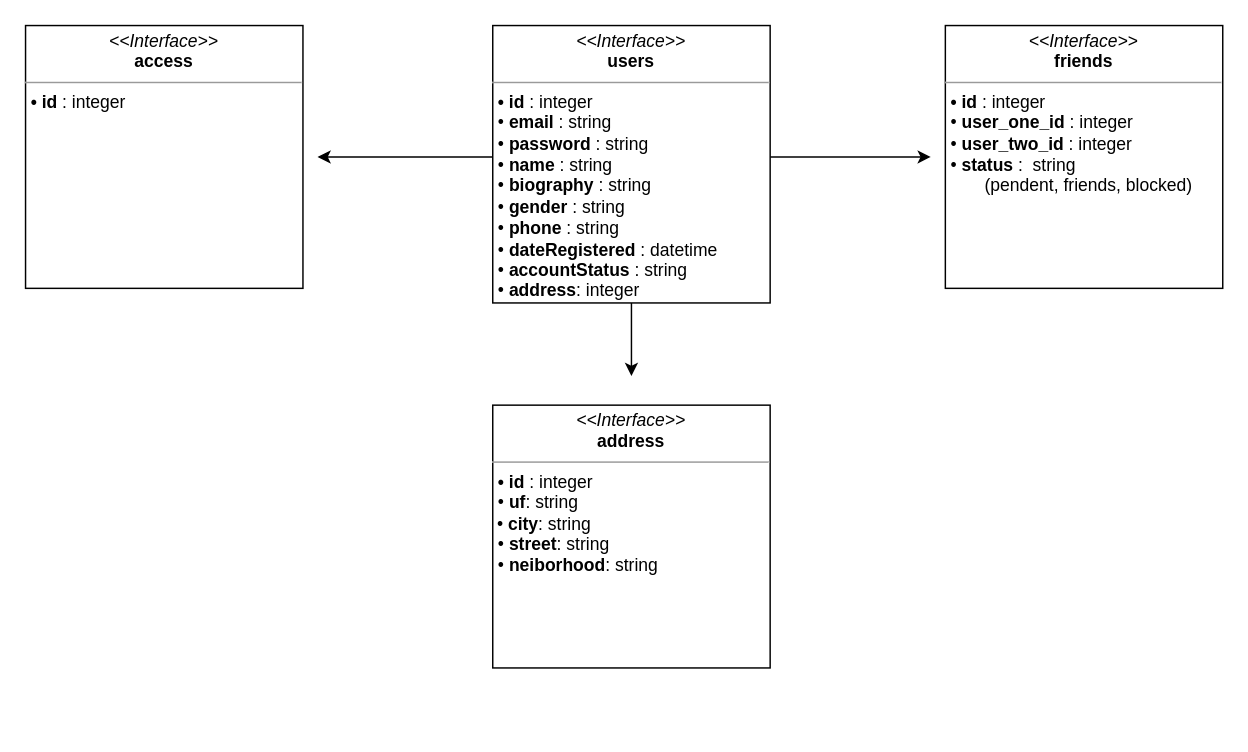
ViniEspinosaDev/double_sync-social_network keeps this draw.io diagram as aux_develop/diagrama_bd.drawio. Above is the earlier version. Source tidied: cells renumbered, new cells numbered last; positions are measured from the earlier drawing's top-left corner, leaving out a move shared by most shapes. Both pictures are drawn from the tidied source at 146%, with x=0, y=0 at pixel (25, 25).
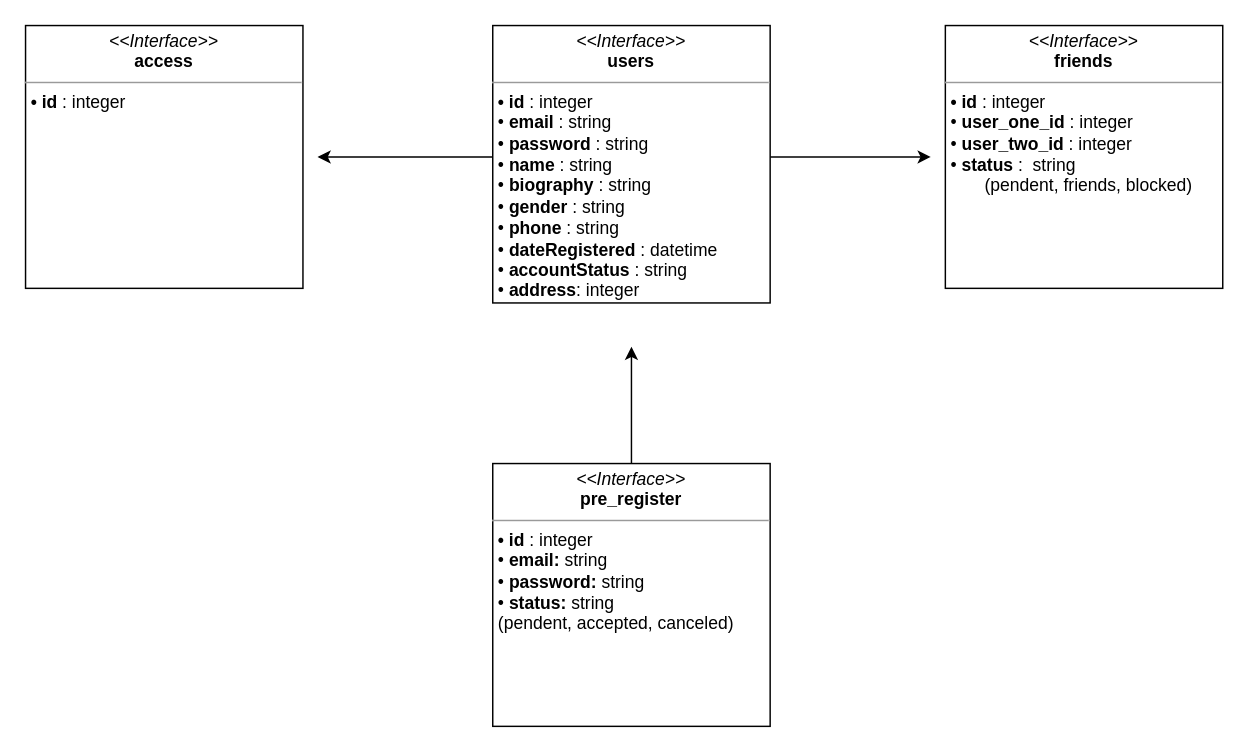
The same page after the edit.

Change to the diagram source:
```diff
@@
 <mxGraphModel background="#ffffff">
   <root>
     <mxCell id="0" />
     <mxCell id="1" parent="0" />
     <mxCell id="2" style="edgeStyle=orthogonalEdgeStyle;rounded=0;jettySize=auto;html=1;" parent="1" edge="1" source="5">
       <mxGeometry relative="1" as="geometry">
         <mxPoint x="620" y="90" as="targetPoint" />
         <Array as="points">
           <mxPoint x="540" y="90" />
           <mxPoint x="540" y="90" />
         </Array>
       </mxGeometry>
     </mxCell>
     <mxCell id="3" style="edgeStyle=orthogonalEdgeStyle;rounded=0;jettySize=auto;html=1;exitX=0;exitY=0.5;exitDx=0;exitDy=0;" parent="1" edge="1" source="5">
       <mxGeometry relative="1" as="geometry">
         <mxPoint x="200" y="90" as="targetPoint" />
         <Array as="points">
           <mxPoint x="320" y="90" />
         </Array>
       </mxGeometry>
     </mxCell>
-    <mxCell id="4" style="edgeStyle=orthogonalEdgeStyle;rounded=0;jettySize=auto;html=1;" parent="1" edge="1" source="5">
-      <mxGeometry relative="1" as="geometry">
-        <mxPoint x="415" y="240" as="targetPoint" />
-      </mxGeometry>
-    </mxCell>
     <mxCell id="5" value="&lt;p style=&quot;margin: 0px ; margin-top: 4px ; text-align: center&quot;&gt;&lt;i&gt;&amp;lt;&amp;lt;Interface&amp;gt;&amp;gt;&lt;/i&gt;&lt;br&gt;&lt;b&gt;users&lt;/b&gt;&lt;/p&gt;&lt;hr size=&quot;1&quot;&gt;&lt;p style=&quot;margin: 0px ; margin-left: 4px&quot;&gt;&lt;b&gt;• id&lt;/b&gt; : integer&lt;/p&gt;&lt;p style=&quot;margin: 0px ; margin-left: 4px&quot;&gt;• &lt;b&gt;email &lt;/b&gt;: string&lt;/p&gt;&lt;p style=&quot;margin: 0px ; margin-left: 4px&quot;&gt;• &lt;b&gt;password &lt;/b&gt;: string&lt;/p&gt;&lt;p style=&quot;margin: 0px ; margin-left: 4px&quot;&gt;• &lt;b&gt;name &lt;/b&gt;: string&lt;/p&gt;&lt;p style=&quot;margin: 0px ; margin-left: 4px&quot;&gt;• &lt;b&gt;biography &lt;/b&gt;: string&lt;/p&gt;&lt;p style=&quot;margin: 0px ; margin-left: 4px&quot;&gt;• &lt;b&gt;gender &lt;/b&gt;: string&lt;/p&gt;&lt;p style=&quot;margin: 0px ; margin-left: 4px&quot;&gt;• &lt;b&gt;phone &lt;/b&gt;: string&lt;/p&gt;&lt;p style=&quot;margin: 0px ; margin-left: 4px&quot;&gt;• &lt;b&gt;dateRegistered &lt;/b&gt;: datetime&lt;/p&gt;&lt;p style=&quot;margin: 0px ; margin-left: 4px&quot;&gt;• &lt;b&gt;accountStatus &lt;/b&gt;: string&lt;/p&gt;&lt;p style=&quot;margin: 0px ; margin-left: 4px&quot;&gt;• &lt;b&gt;address&lt;/b&gt;: integer&lt;br&gt;&lt;/p&gt;&lt;p style=&quot;margin: 0px ; margin-left: 4px&quot;&gt;&lt;br&gt;&lt;/p&gt;&lt;p style=&quot;margin: 0px ; margin-left: 4px&quot;&gt;&lt;br&gt;&lt;/p&gt;" style="verticalAlign=top;align=left;overflow=fill;fontSize=12;fontFamily=Helvetica;html=1;rounded=0;shadow=0;comic=0;labelBackgroundColor=none;strokeWidth=1;" parent="1" vertex="1">
       <mxGeometry x="320" width="190" height="190" as="geometry" />
     </mxCell>
     <mxCell id="6" value="&lt;p style=&quot;margin: 0px ; margin-top: 4px ; text-align: center&quot;&gt;&lt;i&gt;&amp;lt;&amp;lt;Interface&amp;gt;&amp;gt;&lt;/i&gt;&lt;br&gt;&lt;b&gt;friends&lt;/b&gt;&lt;/p&gt;&lt;hr size=&quot;1&quot;&gt;&lt;p style=&quot;margin: 0px ; margin-left: 4px&quot;&gt;&lt;b&gt;• id&lt;/b&gt; : integer&lt;/p&gt;&lt;p style=&quot;margin: 0px ; margin-left: 4px&quot;&gt;• &lt;b&gt;user_one_id&amp;nbsp;&lt;/b&gt;: integer&lt;/p&gt;&lt;p style=&quot;margin: 0px ; margin-left: 4px&quot;&gt;• &lt;b&gt;user_two_id&amp;nbsp;&lt;/b&gt;: integer&lt;/p&gt;&lt;p style=&quot;margin: 0px ; margin-left: 4px&quot;&gt;• &lt;b&gt;status&amp;nbsp;&lt;/b&gt;:&amp;nbsp; string&lt;/p&gt;&lt;p style=&quot;margin: 0px ; margin-left: 4px&quot;&gt;&amp;nbsp; &amp;nbsp; &amp;nbsp; &amp;nbsp;(pendent, friends, blocked)&lt;/p&gt;" style="verticalAlign=top;align=left;overflow=fill;fontSize=12;fontFamily=Helvetica;html=1;rounded=0;shadow=0;comic=0;labelBackgroundColor=none;strokeWidth=1;" parent="1" vertex="1">
       <mxGeometry x="630" width="190" height="180" as="geometry" />
     </mxCell>
     <mxCell id="7" value="&lt;p style=&quot;margin: 0px ; margin-top: 4px ; text-align: center&quot;&gt;&lt;i&gt;&amp;lt;&amp;lt;Interface&amp;gt;&amp;gt;&lt;/i&gt;&lt;br&gt;&lt;b&gt;access&lt;/b&gt;&lt;/p&gt;&lt;hr size=&quot;1&quot;&gt;&lt;p style=&quot;margin: 0px ; margin-left: 4px&quot;&gt;&lt;b&gt;• id&lt;/b&gt; : integer&lt;/p&gt;&lt;p style=&quot;margin: 0px ; margin-left: 4px&quot;&gt;&lt;br&gt;&lt;/p&gt;&lt;p style=&quot;margin: 0px ; margin-left: 4px&quot;&gt;&lt;br&gt;&lt;/p&gt;&lt;p style=&quot;margin: 0px ; margin-left: 4px&quot;&gt;&lt;br&gt;&lt;/p&gt;" style="verticalAlign=top;align=left;overflow=fill;fontSize=12;fontFamily=Helvetica;html=1;rounded=0;shadow=0;comic=0;labelBackgroundColor=none;strokeWidth=1;" parent="1" vertex="1">
       <mxGeometry width="190" height="180" as="geometry" />
     </mxCell>
-    <mxCell id="8" value="&lt;p style=&quot;margin: 0px ; margin-top: 4px ; text-align: center&quot;&gt;&lt;i&gt;&amp;lt;&amp;lt;Interface&amp;gt;&amp;gt;&lt;/i&gt;&lt;br&gt;&lt;b&gt;address&lt;/b&gt;&lt;/p&gt;&lt;hr size=&quot;1&quot;&gt;&lt;p style=&quot;margin: 0px ; margin-left: 4px&quot;&gt;&lt;b&gt;• id&lt;/b&gt; : integer&lt;/p&gt;&lt;p style=&quot;margin: 0px ; margin-left: 4px&quot;&gt;•&amp;nbsp;&lt;b&gt;uf&lt;/b&gt;: string&lt;br&gt;&lt;/p&gt;&amp;nbsp;•&amp;nbsp;&lt;b&gt;city&lt;/b&gt;: string&lt;p style=&quot;margin: 0px ; margin-left: 4px&quot;&gt;• &lt;b&gt;street&lt;/b&gt;: string&lt;/p&gt;&lt;p style=&quot;margin: 0px ; margin-left: 4px&quot;&gt;•&amp;nbsp;&lt;b&gt;neiborhood&lt;/b&gt;: string&lt;/p&gt;" style="verticalAlign=top;align=left;overflow=fill;fontSize=12;fontFamily=Helvetica;html=1;rounded=0;shadow=0;comic=0;labelBackgroundColor=none;strokeWidth=1;" parent="1" vertex="1">
-      <mxGeometry x="320" y="260" width="190" height="180" as="geometry" />
-    </mxCell>
+    <mxCell id="9" style="edgeStyle=orthogonalEdgeStyle;rounded=0;jettySize=auto;html=1;exitX=0.5;exitY=0;exitDx=0;exitDy=0;" parent="1" edge="1" source="10">
+      <mxGeometry relative="1" as="geometry">
+        <mxPoint x="415" y="220" as="targetPoint" />
+      </mxGeometry>
+    </mxCell>
+    <mxCell id="10" value="&lt;p style=&quot;margin: 0px ; margin-top: 4px ; text-align: center&quot;&gt;&lt;i&gt;&amp;lt;&amp;lt;Interface&amp;gt;&amp;gt;&lt;/i&gt;&lt;br&gt;&lt;b&gt;pre_register&lt;/b&gt;&lt;/p&gt;&lt;hr size=&quot;1&quot;&gt;&lt;p style=&quot;margin: 0px ; margin-left: 4px&quot;&gt;&lt;b&gt;• id&lt;/b&gt; : integer&lt;/p&gt;&lt;p style=&quot;margin: 0px ; margin-left: 4px&quot;&gt;• &lt;b&gt;email: &lt;/b&gt;string&lt;/p&gt;&lt;p style=&quot;margin: 0px ; margin-left: 4px&quot;&gt;• &lt;b&gt;password: &lt;/b&gt;string&lt;/p&gt;&lt;p style=&quot;margin: 0px ; margin-left: 4px&quot;&gt;• &lt;b&gt;status: &lt;/b&gt;string&lt;/p&gt;&lt;p style=&quot;margin: 0px ; margin-left: 4px&quot;&gt;(pendent, accepted, canceled)&lt;/p&gt;&lt;p style=&quot;margin: 0px ; margin-left: 4px&quot;&gt;&lt;br&gt;&lt;/p&gt;&lt;p style=&quot;margin: 0px ; margin-left: 4px&quot;&gt;&lt;br&gt;&lt;/p&gt;&lt;p style=&quot;margin: 0px ; margin-left: 4px&quot;&gt;&lt;br&gt;&lt;/p&gt;" style="verticalAlign=top;align=left;overflow=fill;fontSize=12;fontFamily=Helvetica;html=1;rounded=0;shadow=0;comic=0;labelBackgroundColor=none;strokeWidth=1;" parent="1" vertex="1">
+      <mxGeometry x="320" y="300" width="190" height="180" as="geometry" />
+    </mxCell>
   </root>
 </mxGraphModel>
```
